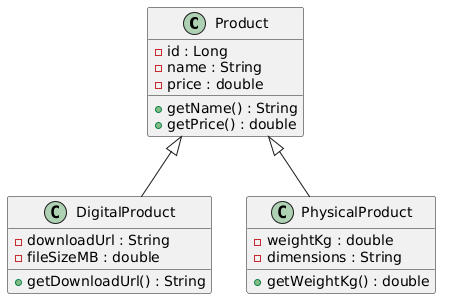
Above: docs/uml/product-hierarchy.png in diwasi-creator/oop-productsapi (PlantUML), before the change. Source of this version:
```plantuml
@startuml
class Product {
 - id : Long
 - name : String
 - price : double
 + getName() : String
 + getPrice() : double
}
class DigitalProduct {
 - downloadUrl : String
 - fileSizeMB : double
 + getDownloadUrl() : String
}
class PhysicalProduct {
 - weightKg : double
 - dimensions : String
 + getWeightKg() : double
}
Product <|-- DigitalProduct
Product <|-- PhysicalProduct
@enduml
```
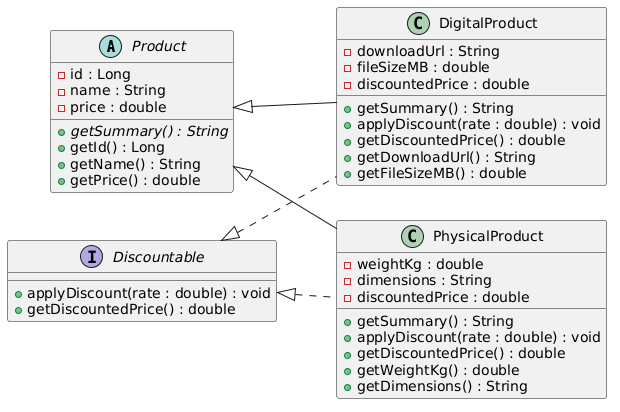
The same diagram one commit later.

Commit message:
Tutorial 5: polymorphism — getSummary override and Discountable interface

Change to the diagram source:
```diff
@@ -1,21 +1,46 @@
 @startuml
-class Product {
- - id : Long
- - name : String
- - price : double
- + getName() : String
- + getPrice() : double
+left to right direction
+
+abstract class Product {
+  - id : Long
+  - name : String
+  - price : double
+  + {abstract} getSummary() : String
+  + getId() : Long
+  + getName() : String
+  + getPrice() : double
 }
+
+interface Discountable {
+  + applyDiscount(rate : double) : void
+  + getDiscountedPrice() : double
+}
+
 class DigitalProduct {
- - downloadUrl : String
- - fileSizeMB : double
- + getDownloadUrl() : String
+  - downloadUrl : String
+  - fileSizeMB : double
+  - discountedPrice : double
+  + getSummary() : String
+  + applyDiscount(rate : double) : void
+  + getDiscountedPrice() : double
+  + getDownloadUrl() : String
+  + getFileSizeMB() : double
 }
+
 class PhysicalProduct {
- - weightKg : double
- - dimensions : String
- + getWeightKg() : double
+  - weightKg : double
+  - dimensions : String
+  - discountedPrice : double
+  + getSummary() : String
+  + applyDiscount(rate : double) : void
+  + getDiscountedPrice() : double
+  + getWeightKg() : double
+  + getDimensions() : String
 }
+
 Product <|-- DigitalProduct
 Product <|-- PhysicalProduct
+
+Discountable <|.. DigitalProduct
+Discountable <|.. PhysicalProduct
 @enduml
```
